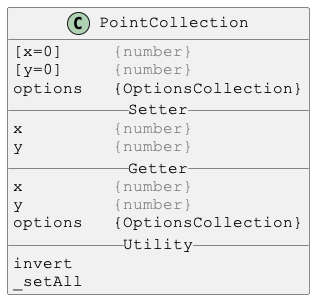
Above: docs/PlantUml/images/PointCollection.png in Justin-Byrne/canvasLab (PlantUML), before the change.
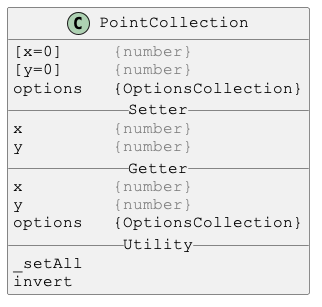
After the commit.

Diff of the diagram source:
```diff
@@ -15,8 +15,8 @@
 y         <color:gray>{number}</color>
 options   {OptionsCollection}
 __ Utility __
+_setAll
 invert
-_setAll
 }
 
 @enduml
```
